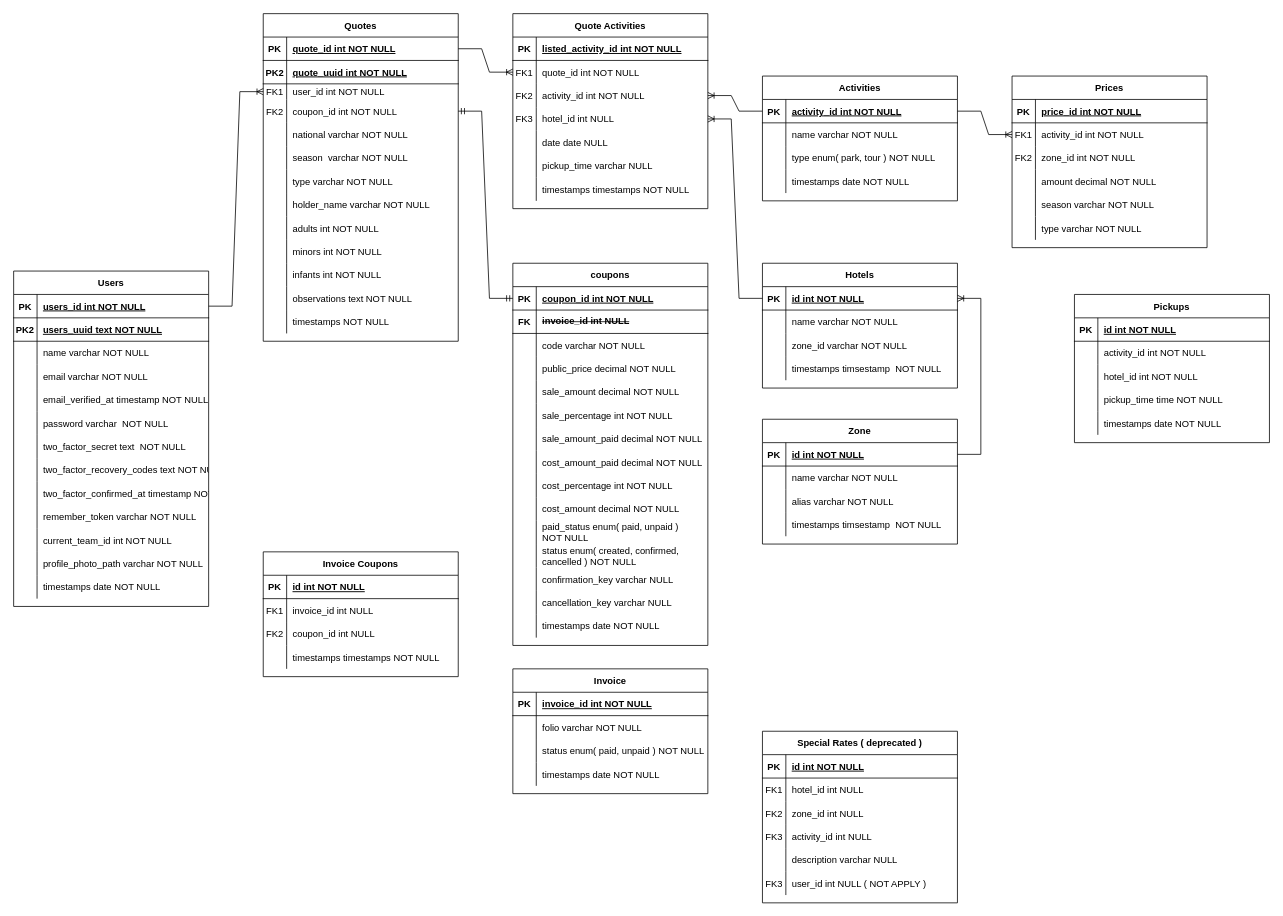
Pcbtroniks/quote keeps this draw.io diagram as Diagrama sin título.drawio. Above is the earlier version. Source tidied: cells renumbered, new cells numbered last; positions are measured from the earlier drawing's top-left corner, leaving out a move shared by most shapes. Both pictures are drawn from the tidied source at 78%, with x=0, y=0 at pixel (13, 13).
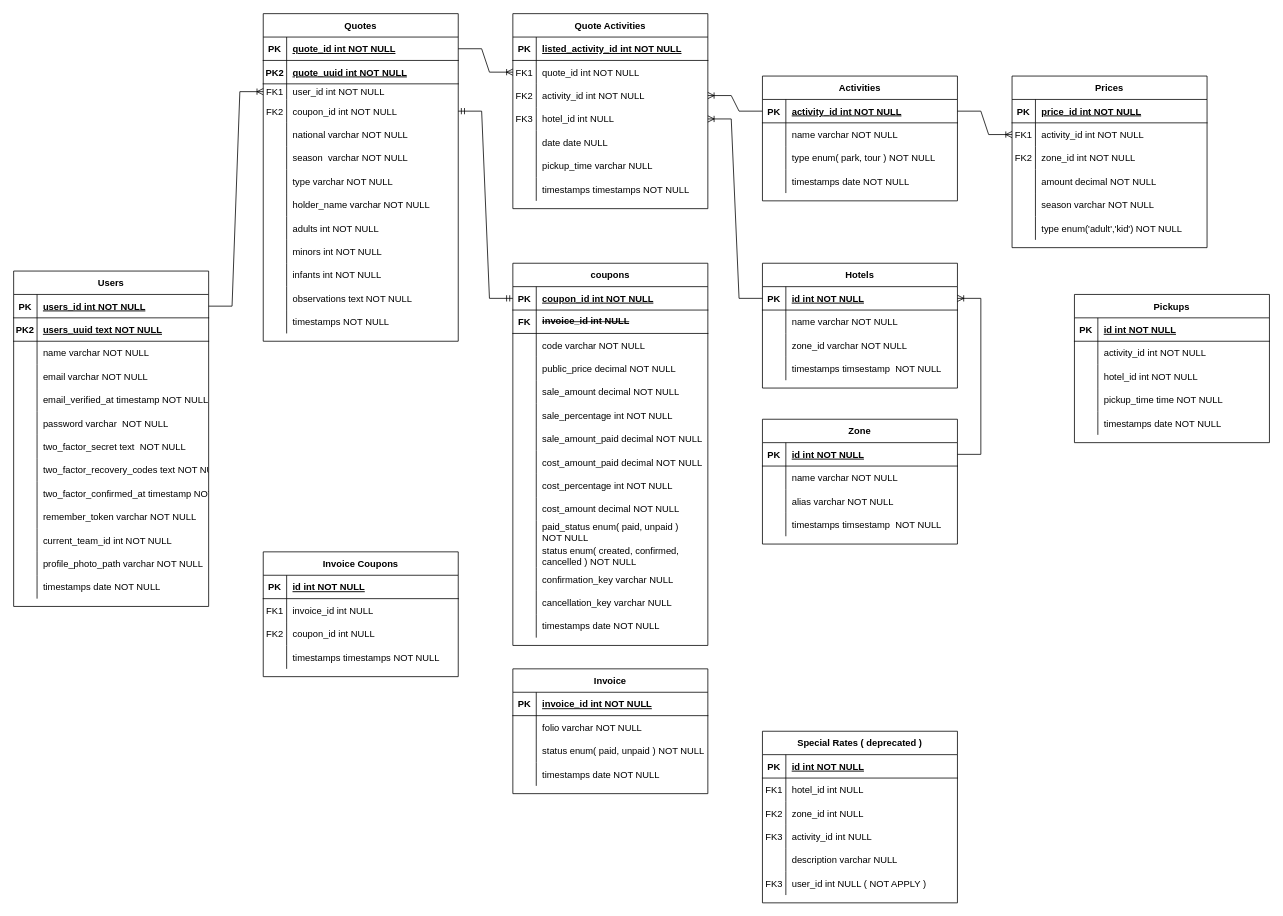
After the change.

Commit message:
Refactor\ prices column type enum added

The change refers to these unchanged cells:
```xml
<mxCell id="111" style="shape=partialRectangle;fillColor=none;top=0;left=0;right=0;bottom=0;" parent="95" vertex="1">
  <mxGeometry y="180" width="250" height="30" as="geometry" />
</mxCell>
```

The edit, as a diff of the source:
```diff
@@
-    <mxCell id="113" value="type varchar NOT NULL" style="shape=partialRectangle;overflow=hidden;fillColor=none;top=0;left=0;bottom=0;right=0;align=left;spacingLeft=6;" parent="111" vertex="1">
+    <mxCell id="113" value="type enum('adult','kid') NOT NULL" style="shape=partialRectangle;overflow=hidden;fillColor=none;top=0;left=0;bottom=0;right=0;align=left;spacingLeft=6;" parent="111" vertex="1">
       <mxGeometry x="30" width="220" height="30" as="geometry" />
     </mxCell>
```
